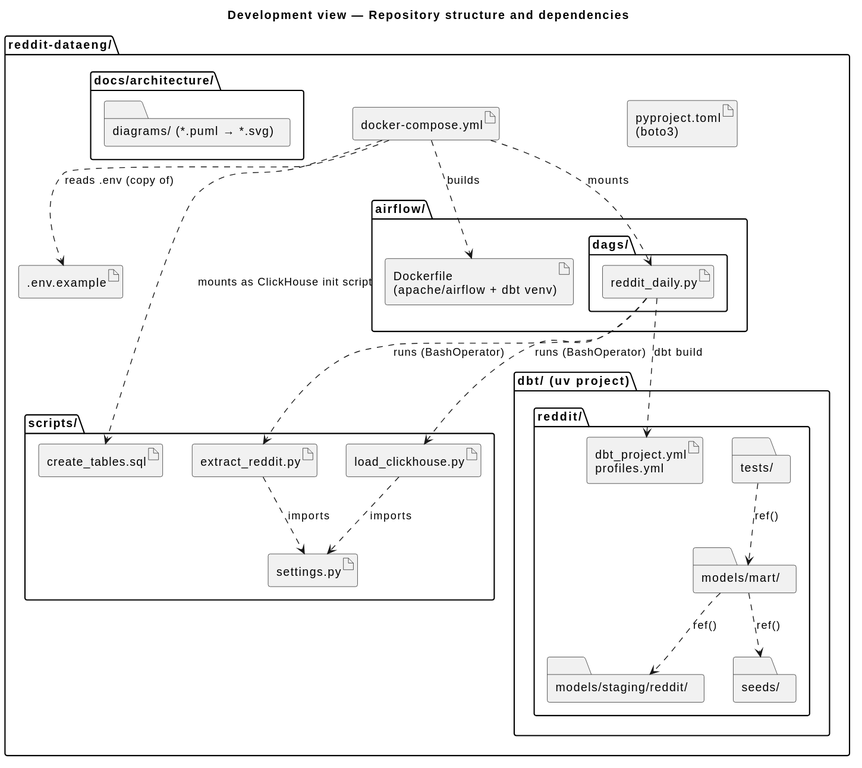
Before: docs/architecture/diagrams/development-packages.svg, a diagram exported from PlantUML (modsomjeed/reddit-dataeng).
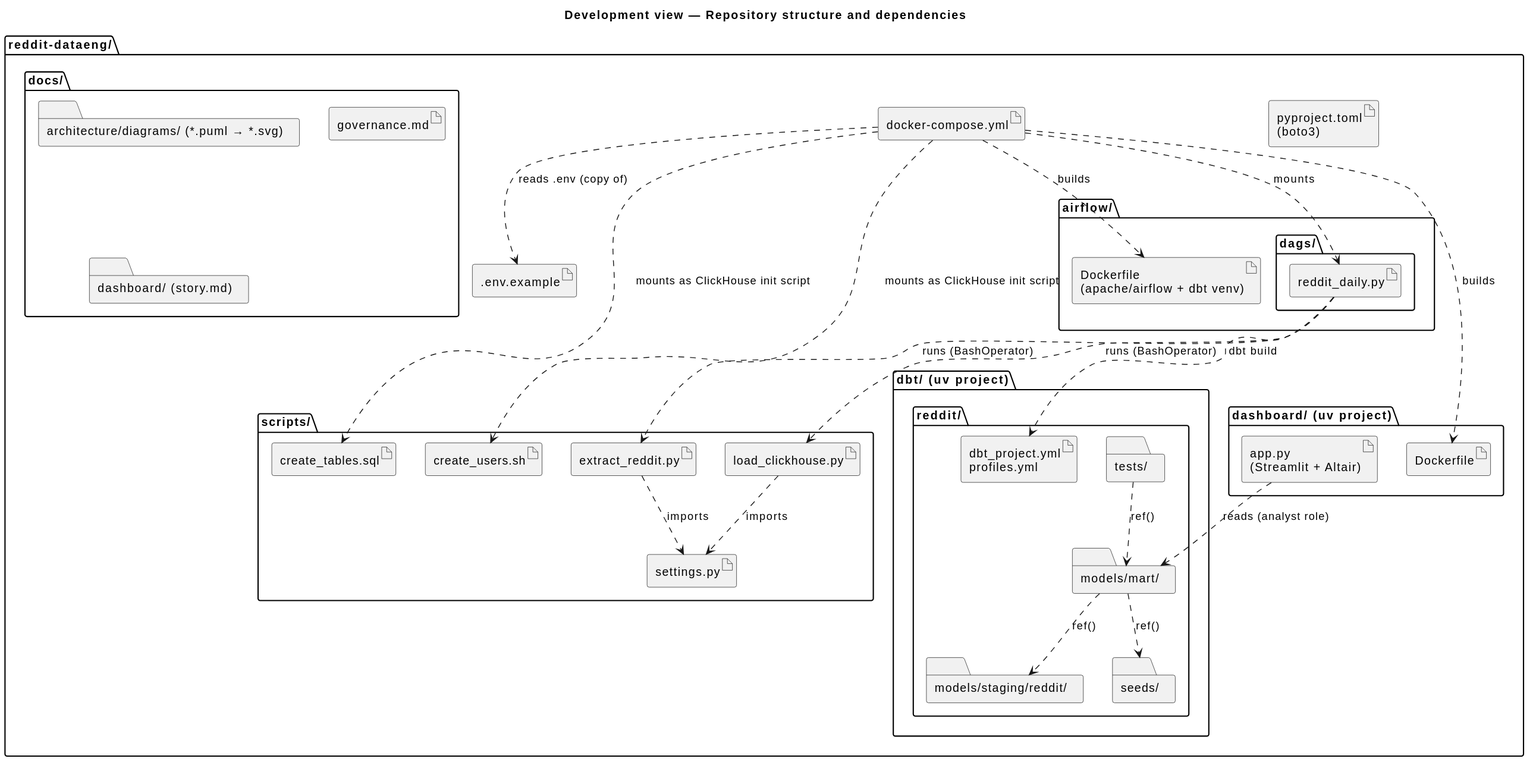
The same file after the commit.

The edit, as a diff of the source:
```diff
@@ -9,6 +9,7 @@
     artifact "load_clickhouse.py" as ld
     artifact "settings.py" as st
     artifact "create_tables.sql" as ddl
+    artifact "create_users.sh" as users
   }
   package "airflow/" as af {
     artifact "Dockerfile\n(apache/airflow + dbt venv)" as afd
@@ -25,8 +26,14 @@
       folder "tests/" as tests
     }
   }
-  package "docs/architecture/" as docs {
-    folder "diagrams/  (*.puml → *.svg)" as diag
+  package "dashboard/  (uv project)" as dashpkg {
+    artifact "app.py\n(Streamlit + Altair)" as app
+    artifact "Dockerfile" as dashd
+  }
+  package "docs/" as docs {
+    folder "architecture/diagrams/  (*.puml → *.svg)" as diag
+    artifact "governance.md" as gov
+    folder "dashboard/  (story.md)" as story
   }
   artifact "docker-compose.yml" as compose
   artifact "pyproject.toml\n(boto3)" as pyproj
@@ -43,6 +50,9 @@
 tests ..> mart : "ref()"
 compose ..> afd : builds
 compose ..> ddl : "mounts as ClickHouse init script"
+compose ..> users : "mounts as ClickHouse init script"
+compose ..> dashd : builds
+app ..> mart : "reads (analyst role)"
 compose ..> dag : mounts
 compose ..> envex : "reads .env (copy of)"
 @enduml
```
